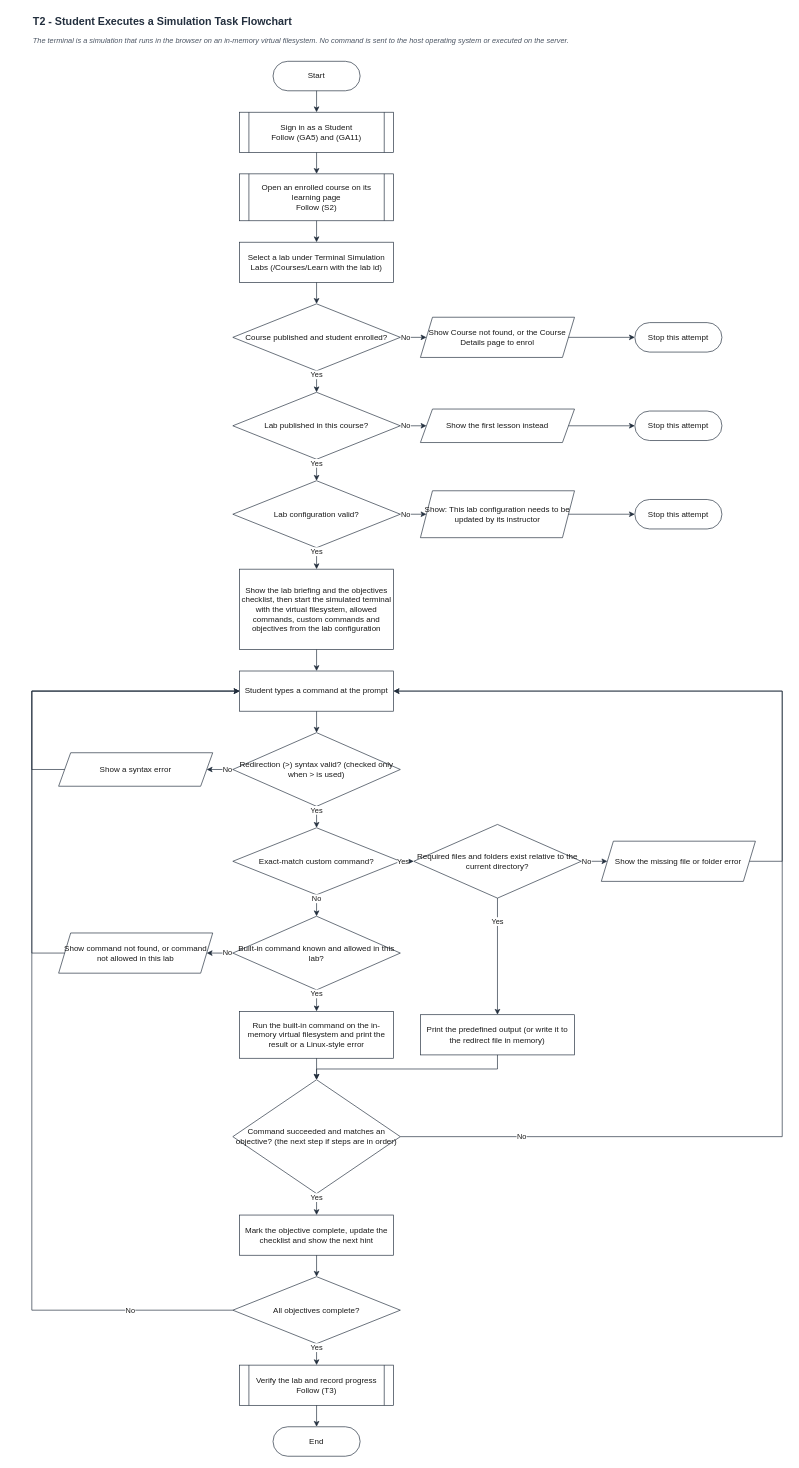
Above: UML DIAGRAMS/HackAcad_Terminal_Flowcharts/HackAcad_T2_Student_Execute_Simulation.drawio in pikaitoh/HackAcad.Web (draw.io), before the change. Source tidied: cells renumbered, new cells numbered last; positions are measured from the earlier drawing's top-left corner, leaving out a move shared by most shapes. Both pictures are drawn from the tidied source at 67%, with x=0, y=0 at pixel (31, 11).
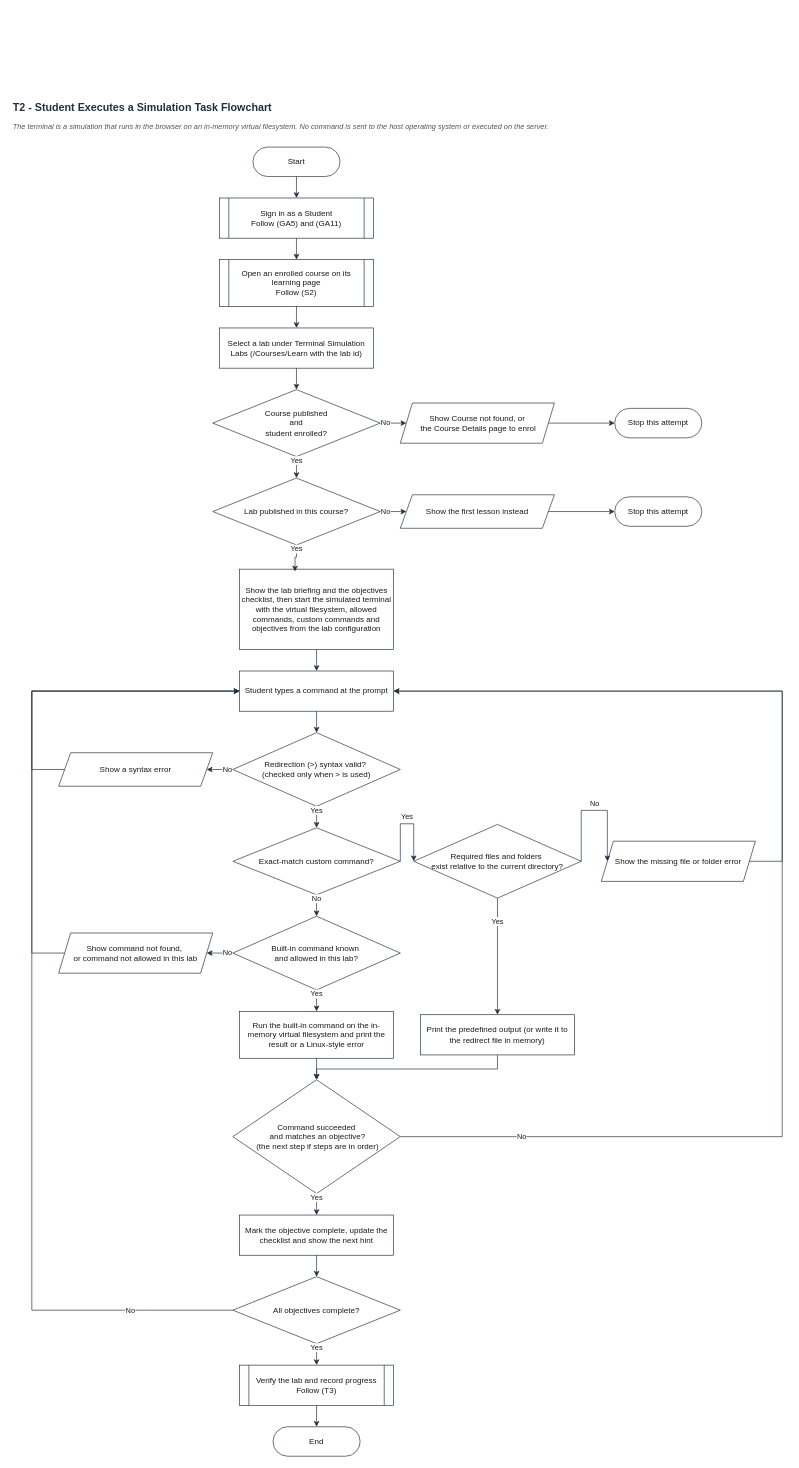
Above is the later version.

The change refers to these unchanged cells:
```xml
<mxCell id="17" value="Show the lab briefing and the objectives checklist, then start the simulated terminal with the virtual filesystem, allowed commands, custom commands and objectives from the lab configuration" style="rounded=0;whiteSpace=wrap;html=1;fontFamily=Helvetica;fontSize=12;fontColor=#1A1A1A;strokeColor=#232F3E;fillColor=#FFFFFF;strokeWidth=1;" parent="1" vertex="1">
  <mxGeometry x="310" y="832" width="230" height="120" as="geometry" />
</mxCell>
<mxCell id="21" value="Exact-match custom command?" style="rhombus;whiteSpace=wrap;html=1;fontFamily=Helvetica;fontSize=12;fontColor=#1A1A1A;strokeColor=#232F3E;fillColor=#FFFFFF;strokeWidth=1;" parent="1" vertex="1">
  <mxGeometry x="300" y="1218" width="250" height="100" as="geometry" />
</mxCell>
<mxCell id="23" value="Show the missing file or folder error" style="shape=parallelogram;perimeter=parallelogramPerimeter;fixedSize=1;size=18;whiteSpace=wrap;html=1;fontFamily=Helvetica;fontSize=12;fontColor=#1A1A1A;strokeColor=#232F3E;fillColor=#FFFFFF;strokeWidth=1;" parent="1" vertex="1">
  <mxGeometry x="850" y="1238" width="230" height="60" as="geometry" />
</mxCell>
```

What changed in the source:
```diff
@@
     <mxCell id="2" value="T2 - Student Executes a Simulation Task Flowchart" style="text;html=1;align=left;verticalAlign=middle;whiteSpace=wrap;fontFamily=Helvetica;fontSize=16;fontStyle=1;fontColor=#232F3E;strokeColor=none;fillColor=none;" parent="1" vertex="1">
-      <mxGeometry width="1120" height="30" as="geometry" />
+      <mxGeometry x="-30" y="128" width="1120" height="30" as="geometry" />
     </mxCell>
     <mxCell id="3" value="The terminal is a simulation that runs in the browser on an in-memory virtual filesystem. No command is sent to the host operating system or executed on the server." style="text;html=1;align=left;verticalAlign=top;whiteSpace=wrap;fontFamily=Helvetica;fontSize=11;fontStyle=2;fontColor=#4B5563;strokeColor=none;fillColor=none;" parent="1" vertex="1">
-      <mxGeometry y="30" width="1120" height="30" as="geometry" />
+      <mxGeometry x="-30" y="158" width="1120" height="30" as="geometry" />
     </mxCell>
     <mxCell id="4" value="Start" style="rounded=1;arcSize=50;whiteSpace=wrap;html=1;fontFamily=Helvetica;fontSize=12;fontColor=#1A1A1A;strokeColor=#232F3E;fillColor=#FFFFFF;strokeWidth=1;" parent="1" vertex="1">
-      <mxGeometry x="360" y="74" width="130" height="44" as="geometry" />
+      <mxGeometry x="330" y="202" width="130" height="44" as="geometry" />
     </mxCell>
     <mxCell id="5" value="Sign in as a Student&lt;br&gt;Follow (GA5) and (GA11)" style="shape=process;backgroundOutline=1;size=0.06;whiteSpace=wrap;html=1;fontFamily=Helvetica;fontSize=12;fontColor=#1A1A1A;strokeColor=#232F3E;fillColor=#FFFFFF;strokeWidth=1;" parent="1" vertex="1">
-      <mxGeometry x="310" y="150" width="230" height="60" as="geometry" />
+      <mxGeometry x="280" y="278" width="230" height="60" as="geometry" />
     </mxCell>
     <mxCell id="6" value="Open an enrolled course on its learning page&lt;br&gt;Follow (S2)" style="shape=process;backgroundOutline=1;size=0.06;whiteSpace=wrap;html=1;fontFamily=Helvetica;fontSize=12;fontColor=#1A1A1A;strokeColor=#232F3E;fillColor=#FFFFFF;strokeWidth=1;" parent="1" vertex="1">
-      <mxGeometry x="310" y="242" width="230" height="70" as="geometry" />
+      <mxGeometry x="280" y="370" width="230" height="70" as="geometry" />
     </mxCell>
     <mxCell id="7" value="Select a lab under Terminal Simulation Labs (/Courses/Learn with the lab id)" style="rounded=0;whiteSpace=wrap;html=1;fontFamily=Helvetica;fontSize=12;fontColor=#1A1A1A;strokeColor=#232F3E;fillColor=#FFFFFF;strokeWidth=1;" parent="1" vertex="1">
-      <mxGeometry x="310" y="344" width="230" height="60" as="geometry" />
+      <mxGeometry x="280" y="472" width="230" height="60" as="geometry" />
     </mxCell>
-    <mxCell id="8" value="Course published and student enrolled?" style="rhombus;whiteSpace=wrap;html=1;fontFamily=Helvetica;fontSize=12;fontColor=#1A1A1A;strokeColor=#232F3E;fillColor=#FFFFFF;strokeWidth=1;" parent="1" vertex="1">
-      <mxGeometry x="300" y="436" width="250" height="100" as="geometry" />
+    <mxCell id="8" value="&lt;div&gt;Course published&lt;/div&gt;&lt;div&gt;&amp;nbsp;and&amp;nbsp;&lt;/div&gt;&lt;div&gt;student enrolled?&lt;/div&gt;" style="rhombus;whiteSpace=wrap;html=1;fontFamily=Helvetica;fontSize=12;fontColor=#1A1A1A;strokeColor=#232F3E;fillColor=#FFFFFF;strokeWidth=1;" parent="1" vertex="1">
+      <mxGeometry x="270" y="564" width="250" height="100" as="geometry" />
     </mxCell>
-    <mxCell id="9" value="Show Course not found, or the Course Details page to enrol" style="shape=parallelogram;perimeter=parallelogramPerimeter;fixedSize=1;size=18;whiteSpace=wrap;html=1;fontFamily=Helvetica;fontSize=12;fontColor=#1A1A1A;strokeColor=#232F3E;fillColor=#FFFFFF;strokeWidth=1;" parent="1" vertex="1">
-      <mxGeometry x="580" y="456" width="230" height="60" as="geometry" />
+    <mxCell id="9" value="&lt;div&gt;Show Course not found, or&lt;/div&gt;&lt;div&gt;&amp;nbsp;the Course Details page to enrol&lt;/div&gt;" style="shape=parallelogram;perimeter=parallelogramPerimeter;fixedSize=1;size=18;whiteSpace=wrap;html=1;fontFamily=Helvetica;fontSize=12;fontColor=#1A1A1A;strokeColor=#232F3E;fillColor=#FFFFFF;strokeWidth=1;" parent="1" vertex="1">
+      <mxGeometry x="550" y="584" width="230" height="60" as="geometry" />
     </mxCell>
     <mxCell id="10" value="Stop this attempt" style="rounded=1;arcSize=50;whiteSpace=wrap;html=1;fontFamily=Helvetica;fontSize=12;fontColor=#1A1A1A;strokeColor=#232F3E;fillColor=#FFFFFF;strokeWidth=1;" parent="1" vertex="1">
-      <mxGeometry x="900" y="464" width="130" height="44" as="geometry" />
+      <mxGeometry x="870" y="592" width="130" height="44" as="geometry" />
     </mxCell>
     <mxCell id="11" value="Lab published in this course?" style="rhombus;whiteSpace=wrap;html=1;fontFamily=Helvetica;fontSize=12;fontColor=#1A1A1A;strokeColor=#232F3E;fillColor=#FFFFFF;strokeWidth=1;" parent="1" vertex="1">
-      <mxGeometry x="300" y="568" width="250" height="100" as="geometry" />
+      <mxGeometry x="270" y="696" width="250" height="100" as="geometry" />
     </mxCell>
     <mxCell id="12" value="Show the first lesson instead" style="shape=parallelogram;perimeter=parallelogramPerimeter;fixedSize=1;size=18;whiteSpace=wrap;html=1;fontFamily=Helvetica;fontSize=12;fontColor=#1A1A1A;strokeColor=#232F3E;fillColor=#FFFFFF;strokeWidth=1;" parent="1" vertex="1">
-      <mxGeometry x="580" y="593" width="230" height="50" as="geometry" />
+      <mxGeometry x="550" y="721" width="230" height="50" as="geometry" />
     </mxCell>
     <mxCell id="13" value="Stop this attempt" style="rounded=1;arcSize=50;whiteSpace=wrap;html=1;fontFamily=Helvetica;fontSize=12;fontColor=#1A1A1A;strokeColor=#232F3E;fillColor=#FFFFFF;strokeWidth=1;" parent="1" vertex="1">
-      <mxGeometry x="900" y="596" width="130" height="44" as="geometry" />
+      <mxGeometry x="870" y="724" width="130" height="44" as="geometry" />
     </mxCell>
-    <mxCell id="14" value="Lab configuration valid?" style="rhombus;whiteSpace=wrap;html=1;fontFamily=Helvetica;fontSize=12;fontColor=#1A1A1A;strokeColor=#232F3E;fillColor=#FFFFFF;strokeWidth=1;" parent="1" vertex="1">
-      <mxGeometry x="300" y="700" width="250" height="100" as="geometry" />
-    </mxCell>
-    <mxCell id="15" value="Show: This lab configuration needs to be updated by its instructor" style="shape=parallelogram;perimeter=parallelogramPerimeter;fixedSize=1;size=18;whiteSpace=wrap;html=1;fontFamily=Helvetica;fontSize=12;fontColor=#1A1A1A;strokeColor=#232F3E;fillColor=#FFFFFF;strokeWidth=1;" parent="1" vertex="1">
-      <mxGeometry x="580" y="715" width="230" height="70" as="geometry" />
-    </mxCell>
-    <mxCell id="16" value="Stop this attempt" style="rounded=1;arcSize=50;whiteSpace=wrap;html=1;fontFamily=Helvetica;fontSize=12;fontColor=#1A1A1A;strokeColor=#232F3E;fillColor=#FFFFFF;strokeWidth=1;" parent="1" vertex="1">
-      <mxGeometry x="900" y="728" width="130" height="44" as="geometry" />
-    </mxCell>
@@
-    <mxCell id="19" value="Redirection (&amp;gt;) syntax valid? (checked only when &amp;gt; is used)" style="rhombus;whiteSpace=wrap;html=1;fontFamily=Helvetica;fontSize=12;fontColor=#1A1A1A;strokeColor=#232F3E;fillColor=#FFFFFF;strokeWidth=1;" parent="1" vertex="1">
+    <mxCell id="19" value="&lt;div&gt;Redirection (&amp;gt;) syntax valid?&amp;nbsp;&lt;/div&gt;&lt;div&gt;(checked only when &amp;gt; is used)&lt;/div&gt;" style="rhombus;whiteSpace=wrap;html=1;fontFamily=Helvetica;fontSize=12;fontColor=#1A1A1A;strokeColor=#232F3E;fillColor=#FFFFFF;strokeWidth=1;" parent="1" vertex="1">
       <mxGeometry x="300" y="1076" width="250" height="110" as="geometry" />
     </mxCell>
@@
-    <mxCell id="22" value="Required files and folders exist relative to the current directory?" style="rhombus;whiteSpace=wrap;html=1;fontFamily=Helvetica;fontSize=12;fontColor=#1A1A1A;strokeColor=#232F3E;fillColor=#FFFFFF;strokeWidth=1;" parent="1" vertex="1">
+    <mxCell id="22" value="&lt;div&gt;Required files and folders&amp;nbsp;&lt;/div&gt;&lt;div&gt;exist relative to the current directory?&lt;/div&gt;" style="rhombus;whiteSpace=wrap;html=1;fontFamily=Helvetica;fontSize=12;fontColor=#1A1A1A;strokeColor=#232F3E;fillColor=#FFFFFF;strokeWidth=1;" parent="1" vertex="1">
       <mxGeometry x="570" y="1213" width="250" height="110" as="geometry" />
     </mxCell>
@@
-    <mxCell id="24" value="Built-in command known and allowed in this lab?" style="rhombus;whiteSpace=wrap;html=1;fontFamily=Helvetica;fontSize=12;fontColor=#1A1A1A;strokeColor=#232F3E;fillColor=#FFFFFF;strokeWidth=1;" parent="1" vertex="1">
+    <mxCell id="24" value="&lt;div&gt;Built-in command known&amp;nbsp;&lt;/div&gt;&lt;div&gt;and allowed in this lab?&lt;/div&gt;" style="rhombus;whiteSpace=wrap;html=1;fontFamily=Helvetica;fontSize=12;fontColor=#1A1A1A;strokeColor=#232F3E;fillColor=#FFFFFF;strokeWidth=1;" parent="1" vertex="1">
       <mxGeometry x="300" y="1350" width="250" height="110" as="geometry" />
     </mxCell>
-    <mxCell id="25" value="Show command not found, or command not allowed in this lab" style="shape=parallelogram;perimeter=parallelogramPerimeter;fixedSize=1;size=18;whiteSpace=wrap;html=1;fontFamily=Helvetica;fontSize=12;fontColor=#1A1A1A;strokeColor=#232F3E;fillColor=#FFFFFF;strokeWidth=1;" parent="1" vertex="1">
+    <mxCell id="25" value="&lt;div&gt;Show command not found,&amp;nbsp;&lt;/div&gt;&lt;div&gt;or command not allowed in this lab&lt;/div&gt;" style="shape=parallelogram;perimeter=parallelogramPerimeter;fixedSize=1;size=18;whiteSpace=wrap;html=1;fontFamily=Helvetica;fontSize=12;fontColor=#1A1A1A;strokeColor=#232F3E;fillColor=#FFFFFF;strokeWidth=1;" parent="1" vertex="1">
       <mxGeometry x="40" y="1375" width="230" height="60" as="geometry" />
     </mxCell>
@@
-    <mxCell id="28" value="Command succeeded and matches an objective? (the next step if steps are in order)" style="rhombus;whiteSpace=wrap;html=1;fontFamily=Helvetica;fontSize=12;fontColor=#1A1A1A;strokeColor=#232F3E;fillColor=#FFFFFF;strokeWidth=1;" parent="1" vertex="1">
+    <mxCell id="28" value="&lt;div&gt;Command succeeded&lt;/div&gt;&lt;div&gt;&amp;nbsp;and matches an objective?&lt;/div&gt;&lt;div&gt;&amp;nbsp;(the next step if steps are in order)&lt;/div&gt;" style="rhombus;whiteSpace=wrap;html=1;fontFamily=Helvetica;fontSize=12;fontColor=#1A1A1A;strokeColor=#232F3E;fillColor=#FFFFFF;strokeWidth=1;" parent="1" vertex="1">
       <mxGeometry x="300" y="1594" width="250" height="170" as="geometry" />
     </mxCell>
@@
-    <mxCell id="42" value="Yes" style="edgeStyle=orthogonalEdgeStyle;rounded=0;html=1;endArrow=classic;endSize=6;fontFamily=Helvetica;fontSize=11;fontColor=#1A1A1A;strokeColor=#232F3E;strokeWidth=1;labelBackgroundColor=#FFFFFF;exitX=0.5;exitY=1;exitDx=0;exitDy=0;entryX=0.5;entryY=0;entryDx=0;entryDy=0;" parent="1" edge="1" source="11" target="14">
-      <mxGeometry x="-0.6" relative="1" as="geometry" />
+    <mxCell id="42" value="Yes" style="edgeStyle=orthogonalEdgeStyle;rounded=0;html=1;endArrow=classic;endSize=6;fontFamily=Helvetica;fontSize=11;fontColor=#1A1A1A;strokeColor=#232F3E;strokeWidth=1;labelBackgroundColor=#FFFFFF;exitX=0.5;exitY=1;exitDx=0;exitDy=0;entryX=0.36;entryY=0.028;entryDx=0;entryDy=0;entryPerimeter=0;" parent="1" edge="1" source="11" target="17">
+      <mxGeometry x="-0.71" relative="1" as="geometry" />
     </mxCell>
-    <mxCell id="43" value="No" style="edgeStyle=orthogonalEdgeStyle;rounded=0;html=1;endArrow=classic;endSize=6;fontFamily=Helvetica;fontSize=11;fontColor=#1A1A1A;strokeColor=#232F3E;strokeWidth=1;labelBackgroundColor=#FFFFFF;exitX=1;exitY=0.5;exitDx=0;exitDy=0;entryX=0;entryY=0.5;entryDx=0;entryDy=0;" parent="1" edge="1" source="14" target="15">
-      <mxGeometry x="-0.6" relative="1" as="geometry" />
-    </mxCell>
-    <mxCell id="44" style="edgeStyle=orthogonalEdgeStyle;rounded=0;html=1;endArrow=classic;endSize=6;fontFamily=Helvetica;fontSize=11;fontColor=#1A1A1A;strokeColor=#232F3E;strokeWidth=1;labelBackgroundColor=#FFFFFF;exitX=1;exitY=0.5;exitDx=0;exitDy=0;entryX=0;entryY=0.5;entryDx=0;entryDy=0;" parent="1" edge="1" source="15" target="16">
-      <mxGeometry relative="1" as="geometry" />
-    </mxCell>
-    <mxCell id="45" value="Yes" style="edgeStyle=orthogonalEdgeStyle;rounded=0;html=1;endArrow=classic;endSize=6;fontFamily=Helvetica;fontSize=11;fontColor=#1A1A1A;strokeColor=#232F3E;strokeWidth=1;labelBackgroundColor=#FFFFFF;exitX=0.5;exitY=1;exitDx=0;exitDy=0;entryX=0.5;entryY=0;entryDx=0;entryDy=0;" parent="1" edge="1" source="14" target="17">
-      <mxGeometry x="-0.6" relative="1" as="geometry" />
-    </mxCell>
@@
     <mxCell id="51" value="Yes" style="edgeStyle=orthogonalEdgeStyle;rounded=0;html=1;endArrow=classic;endSize=6;fontFamily=Helvetica;fontSize=11;fontColor=#1A1A1A;strokeColor=#232F3E;strokeWidth=1;labelBackgroundColor=#FFFFFF;exitX=1;exitY=0.5;exitDx=0;exitDy=0;entryX=0;entryY=0.5;entryDx=0;entryDy=0;" parent="1" edge="1" source="21" target="22">
-      <mxGeometry x="-0.6" relative="1" as="geometry" />
+      <mxGeometry y="10" relative="1" as="geometry">
+        <Array as="points">
+          <mxPoint x="550" y="1212" />
+          <mxPoint x="570" y="1212" />
+        </Array>
+      </mxGeometry>
     </mxCell>
     <mxCell id="52" value="No" style="edgeStyle=orthogonalEdgeStyle;rounded=0;html=1;endArrow=classic;endSize=6;fontFamily=Helvetica;fontSize=11;fontColor=#1A1A1A;strokeColor=#232F3E;strokeWidth=1;labelBackgroundColor=#FFFFFF;exitX=1;exitY=0.5;exitDx=0;exitDy=0;entryX=0;entryY=0.5;entryDx=0;entryDy=0;" parent="1" edge="1" source="22" target="23">
-      <mxGeometry x="-0.6" relative="1" as="geometry" />
+      <mxGeometry x="0.01" y="10" relative="1" as="geometry">
+        <Array as="points">
+          <mxPoint x="820" y="1192" />
+          <mxPoint x="859" y="1192" />
+        </Array>
+      </mxGeometry>
     </mxCell>
```
